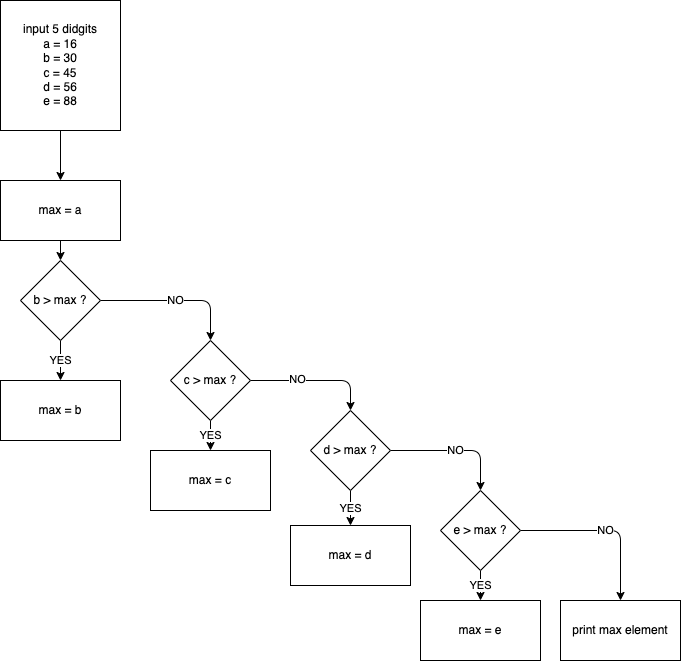
Earlier version of the draw.io export test.drawio.png (EruslanovAndri/C-Lessons). Source tidied: cells renumbered, new cells last; positions are measured from the earlier drawing's top-left corner, leaving out a move shared by most shapes. Its diagram source:
```xml
<mxGraphModel>
  <root>
    <mxCell id="0" />
    <mxCell id="1" parent="0" />
    <mxCell id="2" style="edgeStyle=none;html=1;" parent="1" edge="1" source="3" target="5">
      <mxGeometry relative="1" as="geometry" />
    </mxCell>
    <mxCell id="3" value="input 5 didgits&lt;br&gt;a = 16&lt;br&gt;b = 30&lt;br&gt;c = 45&lt;br&gt;d = 56&lt;br&gt;e = 88" style="rounded=0;whiteSpace=wrap;html=1;" parent="1" vertex="1">
      <mxGeometry width="120" height="130" as="geometry" />
    </mxCell>
    <mxCell id="4" style="edgeStyle=none;html=1;" parent="1" edge="1" source="5" target="8">
      <mxGeometry relative="1" as="geometry" />
    </mxCell>
    <mxCell id="5" value="max = a" style="whiteSpace=wrap;html=1;rounded=0;" parent="1" vertex="1">
      <mxGeometry y="180" width="120" height="60" as="geometry" />
    </mxCell>
    <mxCell id="6" value="YES" style="edgeStyle=none;html=1;" parent="1" edge="1" source="8" target="9">
      <mxGeometry relative="1" as="geometry" />
    </mxCell>
    <mxCell id="7" value="NO" style="edgeStyle=none;html=1;" parent="1" edge="1" source="8" target="13">
      <mxGeometry relative="1" as="geometry">
        <Array as="points">
          <mxPoint x="210" y="300" />
        </Array>
      </mxGeometry>
    </mxCell>
    <mxCell id="8" value="b &amp;gt; max ?" style="rhombus;whiteSpace=wrap;html=1;rounded=0;" parent="1" vertex="1">
      <mxGeometry x="20" y="260" width="80" height="80" as="geometry" />
    </mxCell>
    <mxCell id="9" value="max = b" style="whiteSpace=wrap;html=1;rounded=0;" parent="1" vertex="1">
      <mxGeometry y="380" width="120" height="60" as="geometry" />
    </mxCell>
    <mxCell id="10" value="YES" style="edgeStyle=none;html=1;" parent="1" edge="1" source="13" target="14">
      <mxGeometry relative="1" as="geometry" />
    </mxCell>
    <mxCell id="11" style="edgeStyle=none;html=1;exitX=1;exitY=0.5;exitDx=0;exitDy=0;entryX=0.5;entryY=0;entryDx=0;entryDy=0;" parent="1" edge="1" source="13" target="17">
      <mxGeometry relative="1" as="geometry">
        <Array as="points">
          <mxPoint x="350" y="380" />
        </Array>
      </mxGeometry>
    </mxCell>
    <mxCell id="12" value="NO" style="edgeLabel;html=1;align=center;verticalAlign=middle;" parent="11" vertex="1">
      <mxGeometry x="-0.29" y="2" relative="1" as="geometry" />
    </mxCell>
    <mxCell id="13" value="c &amp;gt; max ?" style="rhombus;whiteSpace=wrap;html=1;rounded=0;" parent="1" vertex="1">
      <mxGeometry x="170" y="340" width="80" height="80" as="geometry" />
    </mxCell>
    <mxCell id="14" value="max = c" style="whiteSpace=wrap;html=1;rounded=0;" parent="1" vertex="1">
      <mxGeometry x="150" y="450" width="120" height="60" as="geometry" />
    </mxCell>
    <mxCell id="15" value="YES" style="edgeStyle=none;html=1;" parent="1" edge="1" source="17" target="18">
      <mxGeometry relative="1" as="geometry" />
    </mxCell>
    <mxCell id="16" value="NO" style="edgeStyle=none;html=1;exitX=1;exitY=0.5;exitDx=0;exitDy=0;entryX=0.5;entryY=0;entryDx=0;entryDy=0;" parent="1" edge="1" source="17" target="21">
      <mxGeometry relative="1" as="geometry">
        <Array as="points">
          <mxPoint x="480" y="450" />
        </Array>
      </mxGeometry>
    </mxCell>
    <mxCell id="17" value="d &amp;gt; max ?" style="rhombus;whiteSpace=wrap;html=1;" parent="1" vertex="1">
      <mxGeometry x="310" y="410" width="80" height="80" as="geometry" />
    </mxCell>
    <mxCell id="18" value="max = d" style="whiteSpace=wrap;html=1;" parent="1" vertex="1">
      <mxGeometry x="290" y="525" width="120" height="60" as="geometry" />
    </mxCell>
    <mxCell id="19" value="YES" style="edgeStyle=none;html=1;" parent="1" edge="1" source="21" target="22">
      <mxGeometry relative="1" as="geometry" />
    </mxCell>
    <mxCell id="20" value="NO" style="edgeStyle=none;html=1;exitX=1;exitY=0.5;exitDx=0;exitDy=0;entryX=0.5;entryY=0;entryDx=0;entryDy=0;" parent="1" edge="1" source="21" target="23">
      <mxGeometry relative="1" as="geometry">
        <Array as="points">
          <mxPoint x="620" y="530" />
        </Array>
      </mxGeometry>
    </mxCell>
    <mxCell id="21" value="e &amp;gt; max ?" style="rhombus;whiteSpace=wrap;html=1;" parent="1" vertex="1">
      <mxGeometry x="440" y="490" width="80" height="80" as="geometry" />
    </mxCell>
    <mxCell id="22" value="max = e" style="whiteSpace=wrap;html=1;" parent="1" vertex="1">
      <mxGeometry x="420" y="600" width="120" height="60" as="geometry" />
    </mxCell>
    <mxCell id="23" value="print max element" style="rounded=0;whiteSpace=wrap;html=1;" parent="1" vertex="1">
      <mxGeometry x="560" y="600" width="120" height="60" as="geometry" />
    </mxCell>
  </root>
</mxGraphModel>
```
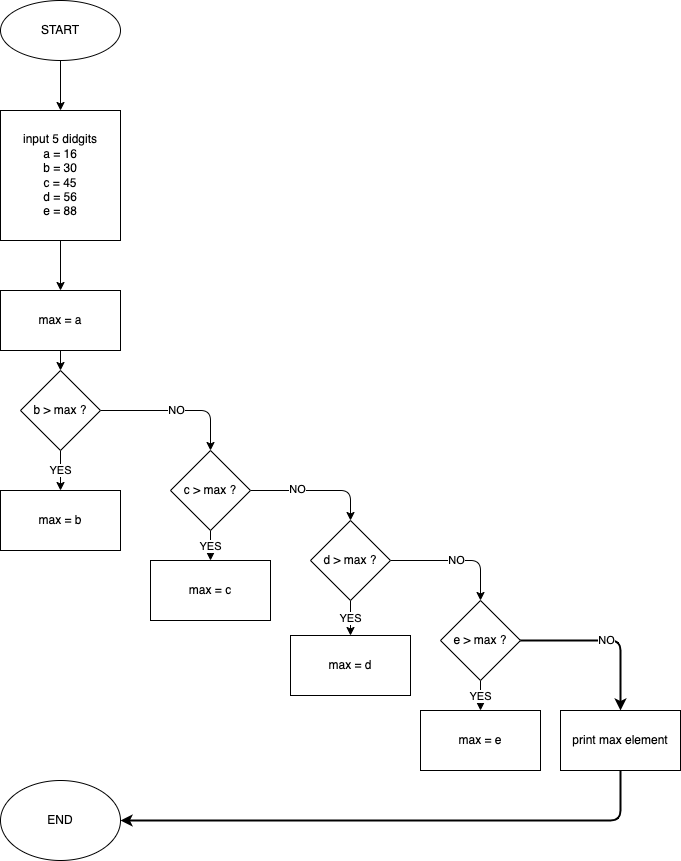
Later version of the same file.

Commit message:
Find Max element

The edit, as a diff of the source:
```diff
@@ -68,7 +68,7 @@
     <mxCell id="19" value="YES" style="edgeStyle=none;html=1;" parent="1" edge="1" source="21" target="22">
       <mxGeometry relative="1" as="geometry" />
     </mxCell>
-    <mxCell id="20" value="NO" style="edgeStyle=none;html=1;exitX=1;exitY=0.5;exitDx=0;exitDy=0;entryX=0.5;entryY=0;entryDx=0;entryDy=0;" parent="1" edge="1" source="21" target="23">
+    <mxCell id="20" value="NO" style="edgeStyle=none;html=1;exitX=1;exitY=0.5;exitDx=0;exitDy=0;entryX=0.5;entryY=0;entryDx=0;entryDy=0;strokeWidth=2;" parent="1" edge="1" source="21" target="23">
       <mxGeometry relative="1" as="geometry">
         <Array as="points">
           <mxPoint x="620" y="530" />
@@ -81,8 +81,24 @@
     <mxCell id="22" value="max = e" style="whiteSpace=wrap;html=1;" parent="1" vertex="1">
       <mxGeometry x="420" y="600" width="120" height="60" as="geometry" />
     </mxCell>
+    <mxCell id="24" style="edgeStyle=none;html=1;exitX=0.5;exitY=1;exitDx=0;exitDy=0;entryX=1;entryY=0.5;entryDx=0;entryDy=0;strokeWidth=2;" parent="1" edge="1" source="23" target="27">
+      <mxGeometry relative="1" as="geometry">
+        <Array as="points">
+          <mxPoint x="620" y="710" />
+        </Array>
+      </mxGeometry>
+    </mxCell>
     <mxCell id="23" value="print max element" style="rounded=0;whiteSpace=wrap;html=1;" parent="1" vertex="1">
       <mxGeometry x="560" y="600" width="120" height="60" as="geometry" />
     </mxCell>
+    <mxCell id="25" style="edgeStyle=none;html=1;exitX=0.5;exitY=1;exitDx=0;exitDy=0;entryX=0.5;entryY=0;entryDx=0;entryDy=0;" parent="1" edge="1" source="26" target="3">
+      <mxGeometry relative="1" as="geometry" />
+    </mxCell>
+    <mxCell id="26" value="START" style="ellipse;whiteSpace=wrap;html=1;" parent="1" vertex="1">
+      <mxGeometry y="-110" width="120" height="60" as="geometry" />
+    </mxCell>
+    <mxCell id="27" value="END" style="ellipse;whiteSpace=wrap;html=1;" parent="1" vertex="1">
+      <mxGeometry y="670" width="120" height="80" as="geometry" />
+    </mxCell>
   </root>
 </mxGraphModel>
```
